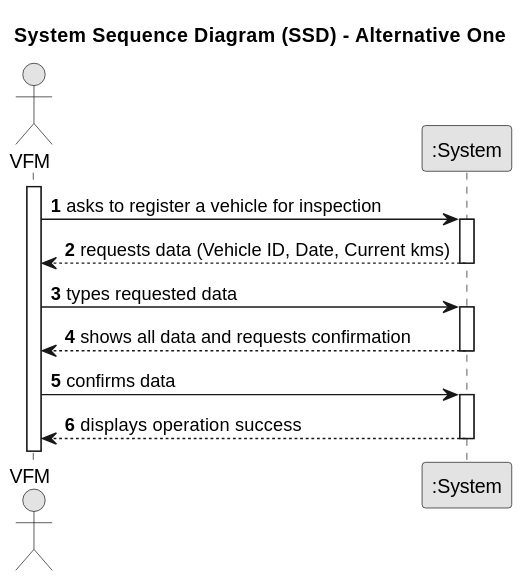
Departamento-de-Engenharia-Informatica/lei-24-s2-1do-g164 keeps this PlantUML diagram as docs/sprintB/us007/01.requirements-engineering/svg/us007-system-sequence-diagram-alternative-one.svg. Above is the earlier version.
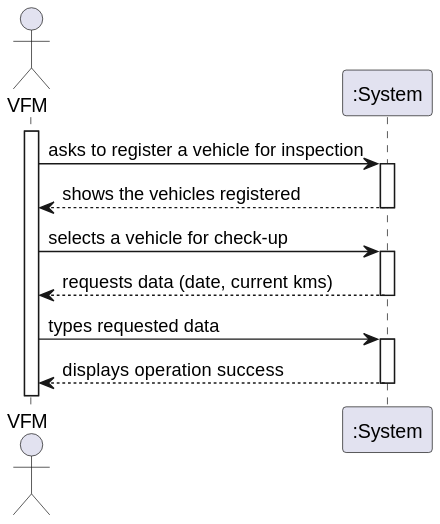
The same diagram one commit later.

The edit, as a diff of the source:
```diff
@@ -1,12 +1,4 @@
 @startuml
-skinparam monochrome true
-skinparam packageStyle rectangle
-skinparam shadowing false
-
-title System Sequence Diagram (SSD) - Alternative One
-
-autonumber
-
 actor "VFM" as Employee
 participant ":System" as System
 
@@ -15,19 +7,18 @@
     Employee -> System : asks to register a vehicle for inspection
     activate System
 
-        System --> Employee :  requests data (Vehicle ID, Date, Current kms)
+        System --> Employee :  shows the vehicles registered
+    deactivate System
+
+    Employee -> System : selects a vehicle for check-up
+    activate System
+
+ System --> Employee :  requests data (date, current kms)
     deactivate System
 
     Employee -> System : types requested data
     activate System
 
-
-        System --> Employee : shows all data and requests confirmation
-    deactivate System
-
-    Employee -> System : confirms data
-    activate System
-
         System --> Employee : displays operation success
     deactivate System
 @enduml
```
